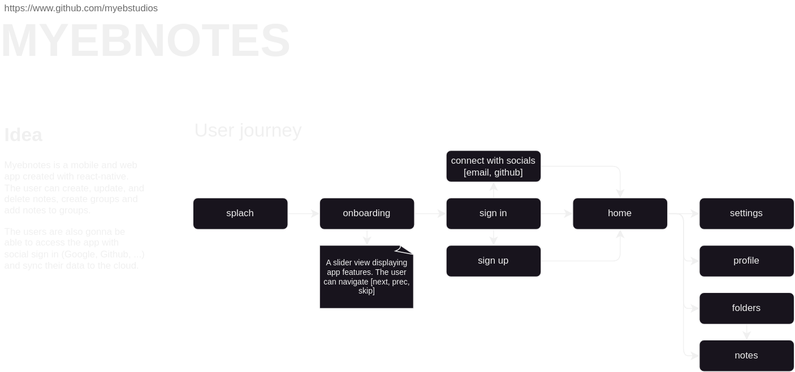
Before: docs/diagrams/concept.svg, a diagram exported from draw.io (myebstudios/myebnotes). Source tidied: cells renumbered, new cells last; positions are measured from the earlier drawing's top-left corner, leaving out a move shared by most shapes.
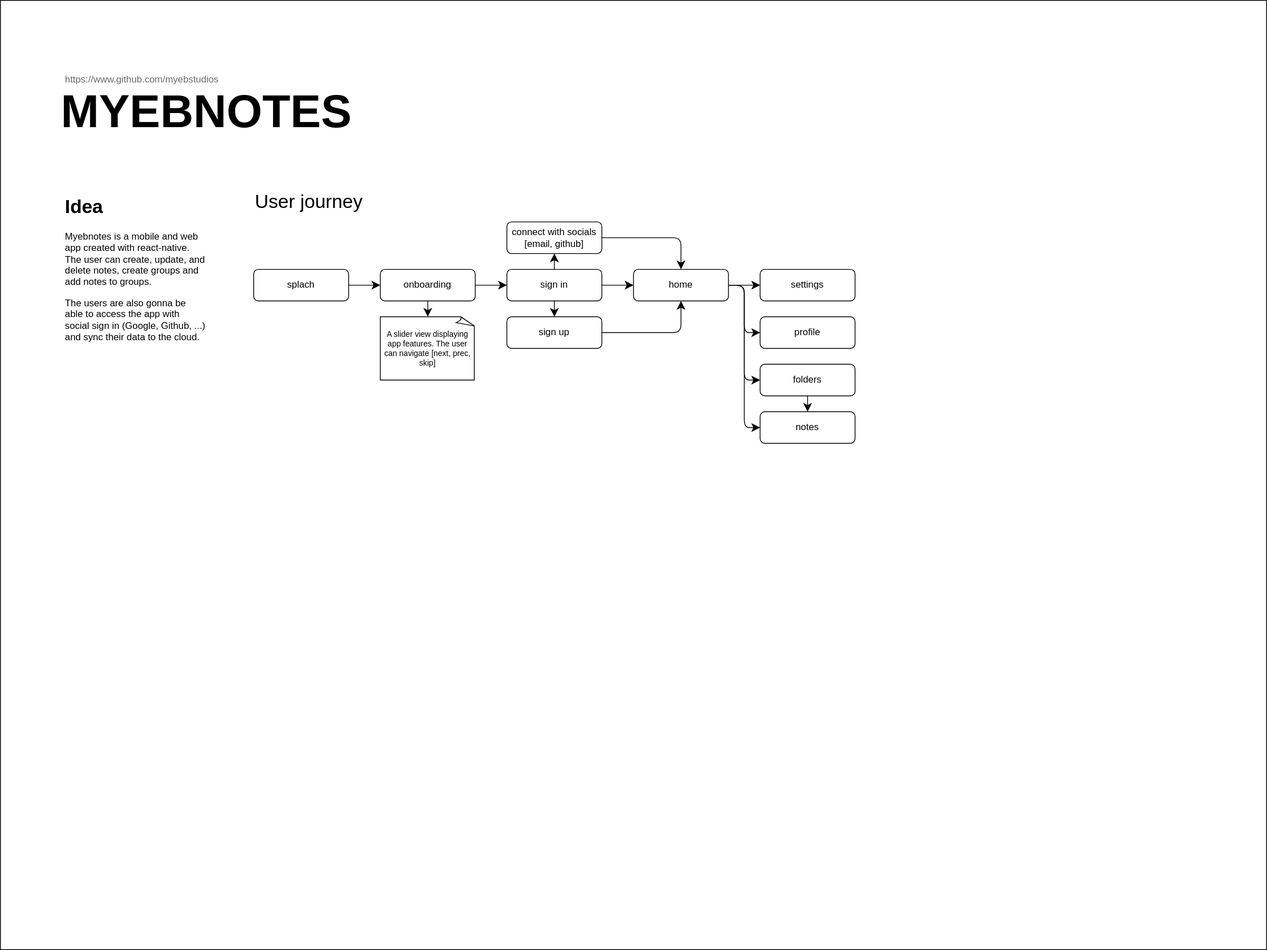
After the change.

Diff of the diagram source:
```diff
@@ -2,6 +2,9 @@
   <root>
     <mxCell id="0" />
     <mxCell id="1" parent="0" />
+    <mxCell id="30" style="whiteSpace=wrap;html=1;strokeColor=default;fontSize=11;" parent="1" vertex="1">
+      <mxGeometry x="-80" y="-90" width="1600" height="1200" as="geometry" />
+    </mxCell>
     <mxCell id="2" value="MYEBNOTES" style="text;strokeColor=none;fillColor=none;html=1;fontSize=58;fontStyle=1;verticalAlign=middle;align=center;rounded=1;" parent="1" vertex="1">
       <mxGeometry y="30" width="360" height="40" as="geometry" />
     </mxCell>
```
